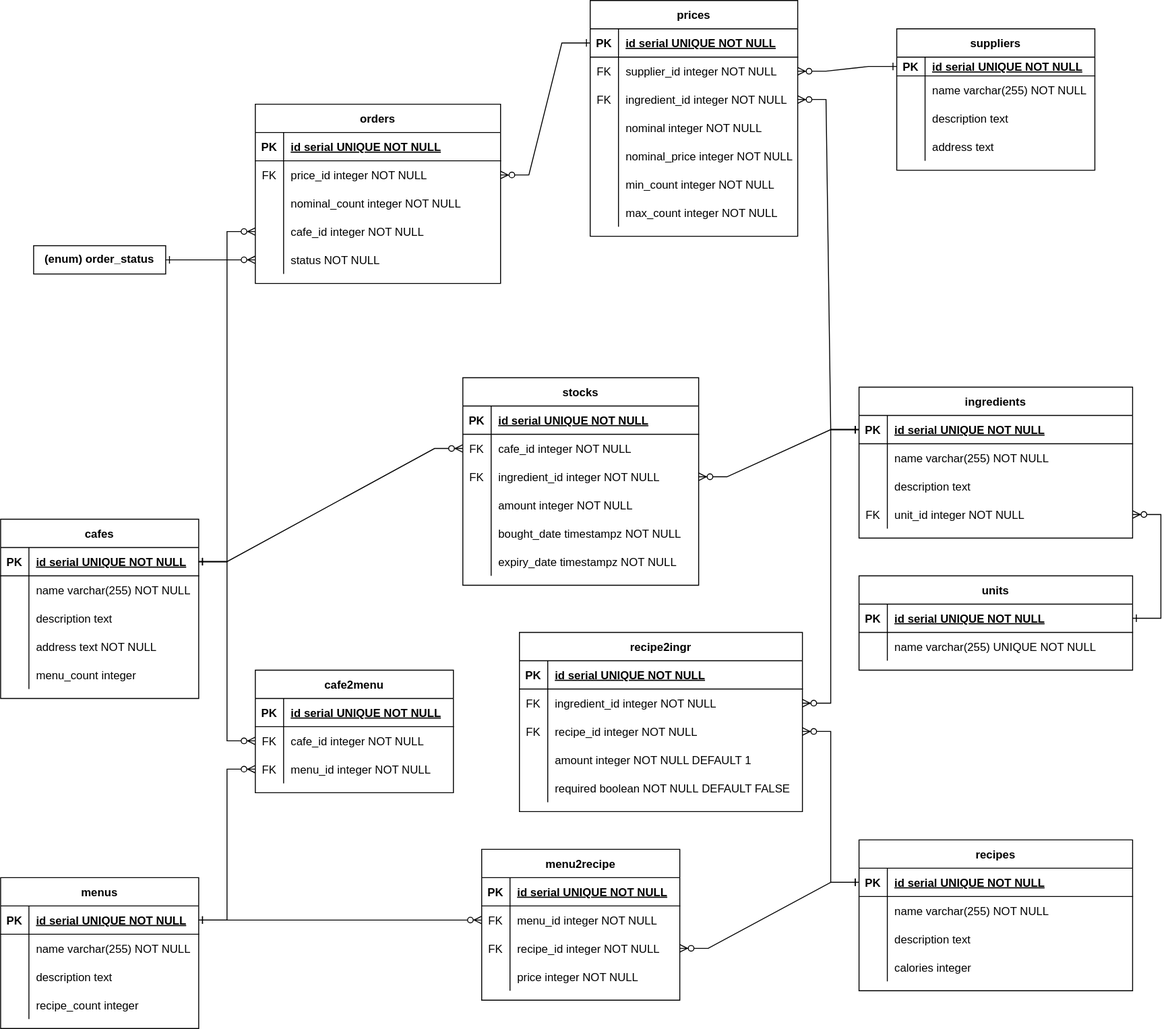
This is doc/fig/datalogical.svg from zubrailx/university-itmo, a draw.io export, as it was before one commit. Source tidied: cells renumbered, new cells last; positions are measured from the earlier drawing's top-left corner, leaving out a move shared by most shapes.
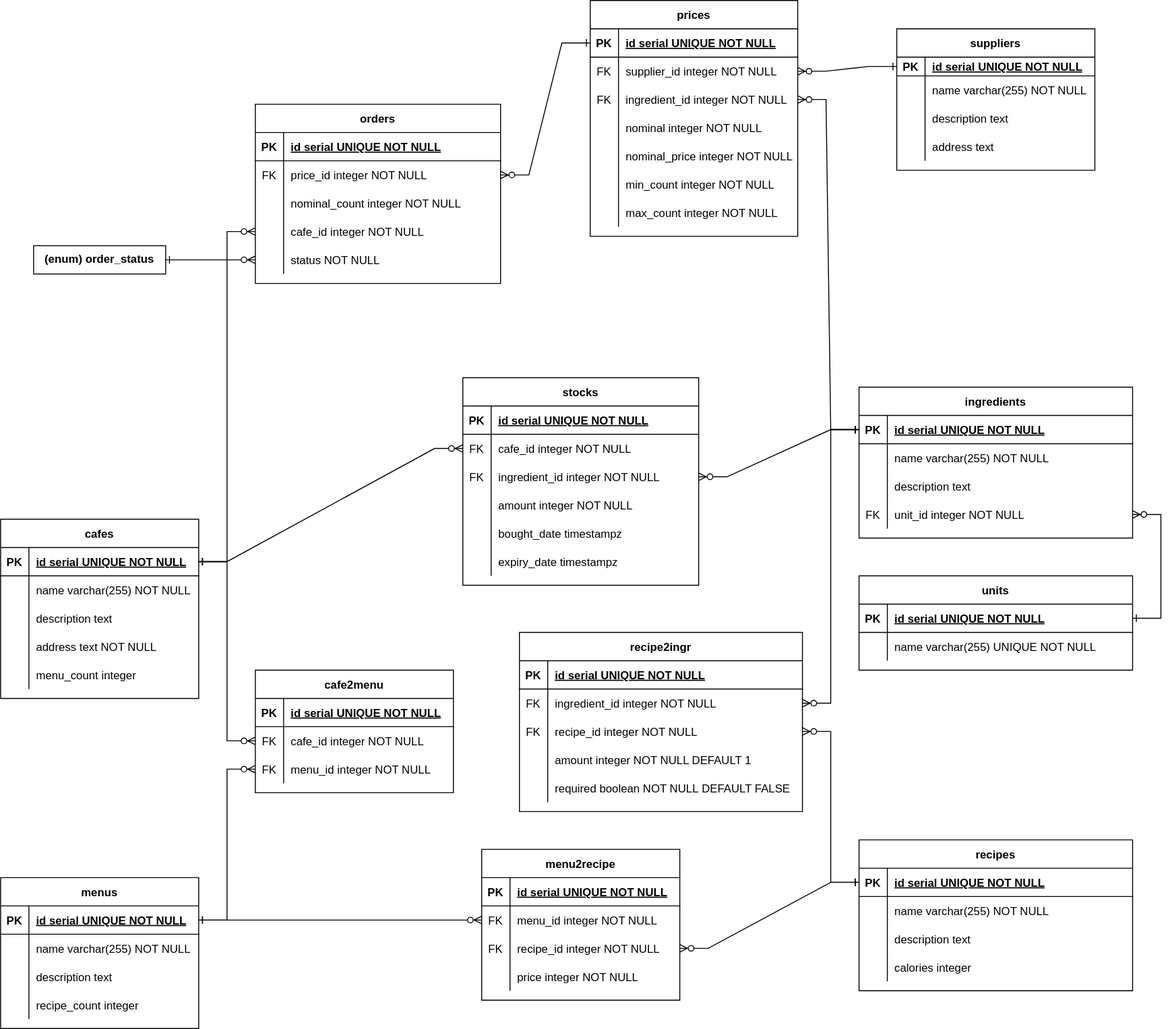
Later version of the same file.

Commit message:
doc: Remove NOT NULL for expiry_date, bought_date

What changed in the source:
```diff
@@ -317,7 +317,7 @@
     <mxCell id="106" style="shape=partialRectangle;fillColor=none;top=0;left=0;bottom=0;right=0;overflow=hidden;" parent="105" vertex="1">
       <mxGeometry width="30" height="30" as="geometry" />
     </mxCell>
-    <mxCell id="107" value="bought_date timestampz NOT NULL" style="shape=partialRectangle;fillColor=none;top=0;left=0;bottom=0;right=0;align=left;spacingLeft=6;overflow=hidden;" parent="105" vertex="1">
+    <mxCell id="107" value="bought_date timestampz" style="shape=partialRectangle;fillColor=none;top=0;left=0;bottom=0;right=0;align=left;spacingLeft=6;overflow=hidden;" parent="105" vertex="1">
       <mxGeometry x="30" width="220" height="30" as="geometry" />
     </mxCell>
     <mxCell id="108" style="shape=tableRow;horizontal=0;startSize=0;swimlaneHead=0;swimlaneBody=0;fillColor=none;top=0;left=0;right=0;bottom=0;" parent="92" vertex="1">
@@ -326,7 +326,7 @@
     <mxCell id="109" style="shape=partialRectangle;fillColor=none;top=0;left=0;bottom=0;right=0;overflow=hidden;" parent="108" vertex="1">
       <mxGeometry width="30" height="30" as="geometry" />
     </mxCell>
-    <mxCell id="110" value="expiry_date timestampz NOT NULL" style="shape=partialRectangle;fillColor=none;top=0;left=0;bottom=0;right=0;align=left;spacingLeft=6;overflow=hidden;" parent="108" vertex="1">
+    <mxCell id="110" value="expiry_date timestampz" style="shape=partialRectangle;fillColor=none;top=0;left=0;bottom=0;right=0;align=left;spacingLeft=6;overflow=hidden;" parent="108" vertex="1">
       <mxGeometry x="30" width="220" height="30" as="geometry" />
     </mxCell>
     <mxCell id="111" value="cafe2menu" style="shape=table;startSize=30;rowLines=0;fontStyle=1;align=center;" parent="1" vertex="1">
```
